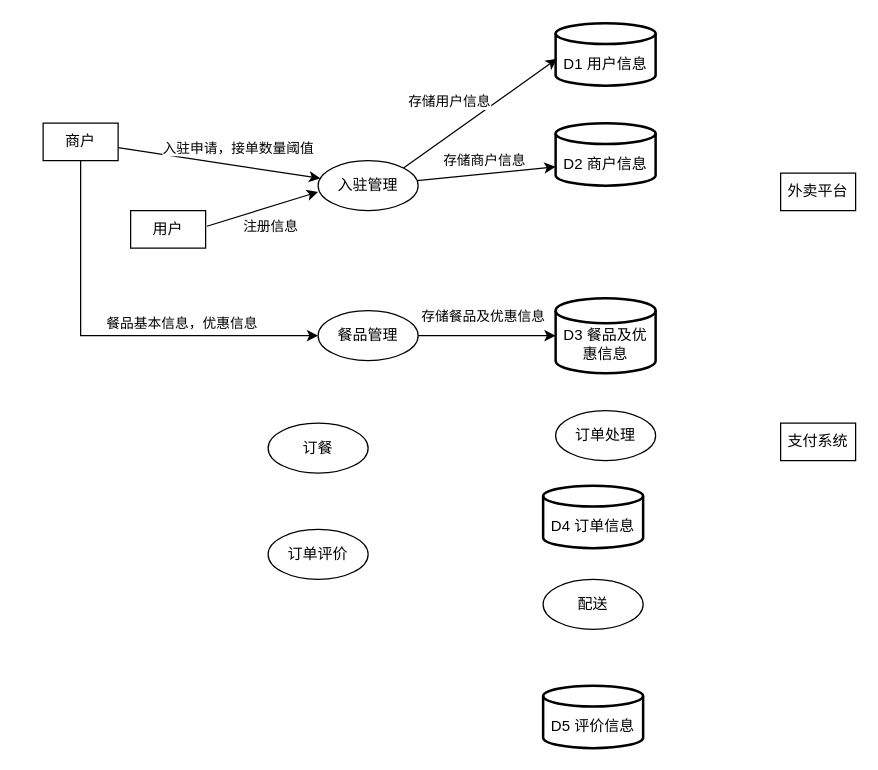
The draw.io diagram 3,4 章 53题 第4小题.drawio in Jackrainman/draw.io, before the edit. Source tidied: cells renumbered, new cells numbered last; positions are measured from the earlier drawing's top-left corner, leaving out a move shared by most shapes. Both pictures are drawn from the tidied source at 125%, with x=0, y=0 at pixel (42, 22).
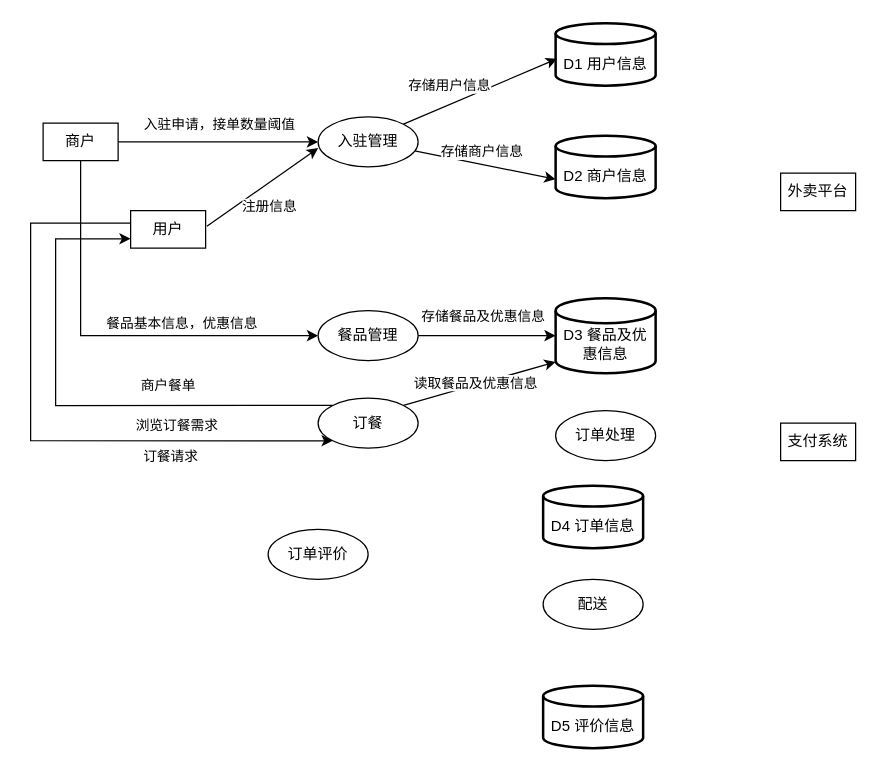
The same page after the edit.

Commit message (it also covers changes not shown here):
更新3,4 章 53题 第4小题.drawio

The change refers to these unchanged cells:
```xml
<mxCell id="2" style="rounded=0;jettySize=auto;html=1;" parent="1" edge="1" source="6" target="12">
  <mxGeometry relative="1" as="geometry" />
</mxCell>
<mxCell id="7" value="用户" style="rounded=0;whiteSpace=wrap;html=1;" parent="1" vertex="1">
  <mxGeometry x="70" y="150" width="60" height="30" as="geometry" />
</mxCell>
<mxCell id="20" value="&lt;div&gt;&lt;br&gt;&lt;/div&gt;D3 餐品及优惠信息" style="strokeWidth=2;html=1;shape=mxgraph.flowchart.database;whiteSpace=wrap;" parent="1" vertex="1">
  <mxGeometry x="410" y="220" width="80" height="60" as="geometry" />
</mxCell>
<mxCell id="25" style="endArrow=classic;html=1;rounded=0;entryX=0.015;entryY=0.57;entryDx=0;entryDy=0;entryPerimeter=0;exitX=1;exitY=0;exitDx=0;exitDy=0;" parent="1" edge="1" source="12" target="18">
  <mxGeometry relative="1" as="geometry" />
</mxCell>
```

What changed in the source:
```diff
@@
     <mxCell id="3" value="入驻申请，接单数量阈值" style="edgeLabel;html=1;align=center;verticalAlign=middle;" parent="2" vertex="1">
       <mxGeometry x="-0.04" y="-1" relative="1" as="geometry">
-        <mxPoint x="18" y="-13" as="offset" />
+        <mxPoint x="3" y="-16" as="offset" />
       </mxGeometry>
     </mxCell>
@@
+    <mxCell id="29" style="edgeStyle=orthogonalEdgeStyle;rounded=0;jettySize=auto;html=1;exitX=0;exitY=0.5;exitDx=0;exitDy=0;entryX=0;entryY=1;entryDx=0;entryDy=0;" parent="1" edge="1" source="7" target="14">
+      <mxGeometry relative="1" as="geometry">
+        <Array as="points">
+          <mxPoint x="70" y="160" />
+          <mxPoint x="-10" y="160" />
+          <mxPoint x="-10" y="334" />
+        </Array>
+      </mxGeometry>
+    </mxCell>
+    <mxCell id="30" value="浏览订餐需求" style="edgeLabel;html=1;align=center;verticalAlign=middle;" parent="29" vertex="1">
+      <mxGeometry x="0.67" y="1" relative="1" as="geometry">
+        <mxPoint x="-42" y="-12" as="offset" />
+      </mxGeometry>
+    </mxCell>
+    <mxCell id="31" value="订餐请求" style="edgeLabel;html=1;align=center;verticalAlign=middle;" parent="29" vertex="1">
+      <mxGeometry x="0.48" y="1" relative="1" as="geometry">
+        <mxPoint y="13" as="offset" />
+      </mxGeometry>
+    </mxCell>
@@
     <mxCell id="12" value="入驻管理" style="ellipse;whiteSpace=wrap;html=1;" parent="1" vertex="1">
-      <mxGeometry x="220" y="110" width="80" height="40" as="geometry" />
+      <mxGeometry x="220" y="75" width="80" height="40" as="geometry" />
     </mxCell>
@@
+    <mxCell id="32" style="edgeStyle=orthogonalEdgeStyle;rounded=0;jettySize=auto;html=1;exitX=0;exitY=0;exitDx=0;exitDy=0;entryX=0;entryY=0.75;entryDx=0;entryDy=0;" parent="1" edge="1" source="14" target="7">
+      <mxGeometry relative="1" as="geometry">
+        <Array as="points">
+          <mxPoint x="10" y="306" />
+          <mxPoint x="10" y="173" />
+        </Array>
+      </mxGeometry>
+    </mxCell>
+    <mxCell id="33" value="商户餐单" style="edgeLabel;html=1;align=center;verticalAlign=middle;" parent="32" vertex="1">
+      <mxGeometry x="-0.29" relative="1" as="geometry">
+        <mxPoint x="15" y="-16" as="offset" />
+      </mxGeometry>
+    </mxCell>
     <mxCell id="14" value="订餐" style="ellipse;whiteSpace=wrap;html=1;" parent="1" vertex="1">
-      <mxGeometry x="180" y="320" width="80" height="40" as="geometry" />
+      <mxGeometry x="220" y="300" width="80" height="40" as="geometry" />
     </mxCell>
@@
     <mxCell id="19" value="&lt;div&gt;&lt;br&gt;&lt;/div&gt;D2&lt;span style=&quot;background-color: transparent; color: light-dark(rgb(0, 0, 0), rgb(255, 255, 255));&quot;&gt;&amp;nbsp;商户信息&lt;/span&gt;" style="strokeWidth=2;html=1;shape=mxgraph.flowchart.database;whiteSpace=wrap;" parent="1" vertex="1">
-      <mxGeometry x="410" y="80" width="80" height="50" as="geometry" />
+      <mxGeometry x="410" y="90" width="80" height="50" as="geometry" />
     </mxCell>
@@
     <mxCell id="26" value="存储用户信息" style="edgeLabel;html=1;align=center;verticalAlign=middle;" parent="25" vertex="1">
       <mxGeometry x="0.25" y="-1" relative="1" as="geometry">
-        <mxPoint x="-41" as="offset" />
+        <mxPoint x="-41" y="1" as="offset" />
       </mxGeometry>
     </mxCell>
@@
+    <mxCell id="34" style="rounded=0;jettySize=auto;html=1;exitX=1;exitY=0;exitDx=0;exitDy=0;entryX=0;entryY=0.85;entryDx=0;entryDy=0;entryPerimeter=0;" parent="1" edge="1" source="14" target="20">
+      <mxGeometry relative="1" as="geometry" />
+    </mxCell>
+    <mxCell id="35" value="读取餐品及优惠信息" style="edgeLabel;html=1;align=center;verticalAlign=middle;" parent="34" vertex="1">
+      <mxGeometry x="-0.06" y="1" relative="1" as="geometry">
+        <mxPoint y="-1" as="offset" />
+      </mxGeometry>
+    </mxCell>
```
